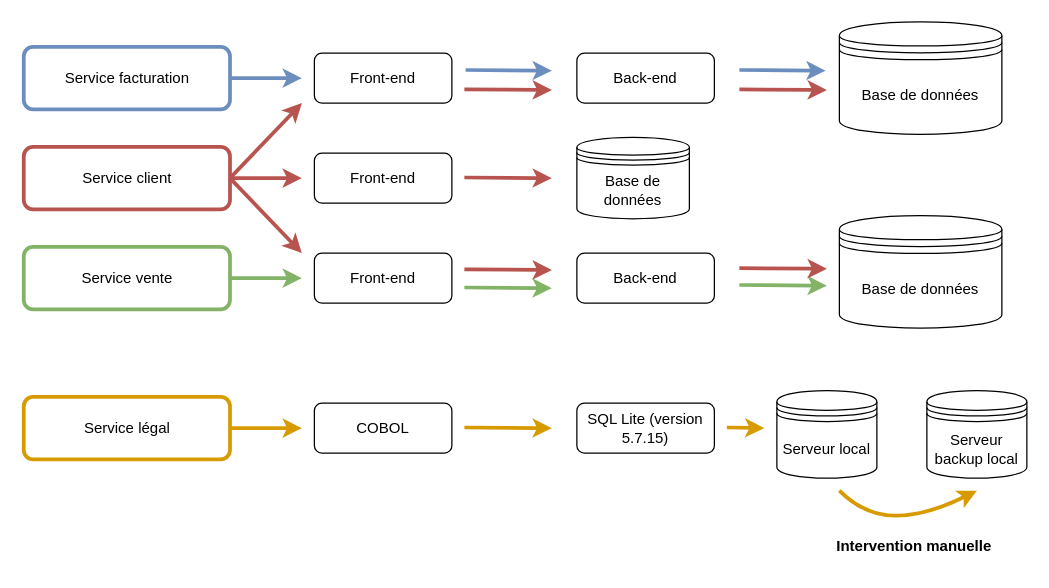
cjour/audit_logistics keeps this draw.io diagram as LAEBaseApplicatif.drawio. Above is the earlier version. Source tidied: cells renumbered, new cells numbered last; positions are measured from the earlier drawing's top-left corner, leaving out a move shared by most shapes. Both pictures are drawn from the tidied source at 125%, with x=0, y=0 at pixel (24, 21).
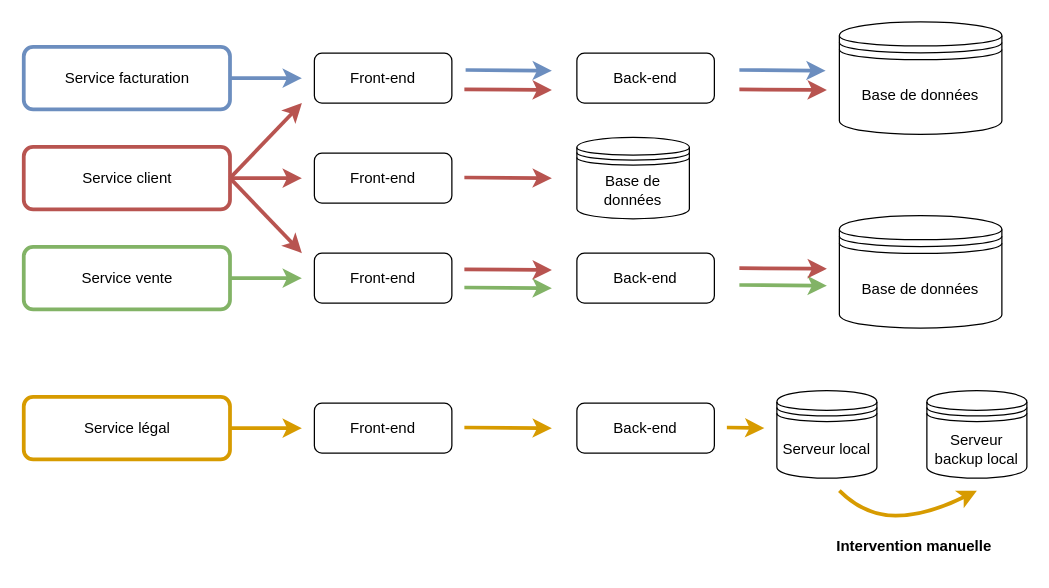
After the change.

Commit message (it also covers changes not shown here):
Mettre à jour LAEBaseApplicatif.drawio

Diff of the diagram source:
```diff
@@
-    <mxCell id="13" value="COBOL" style="rounded=1;whiteSpace=wrap;html=1;" parent="1" vertex="1">
+    <mxCell id="13" value="Front-end" style="rounded=1;whiteSpace=wrap;html=1;" parent="1" vertex="1">
       <mxGeometry x="232" y="305" width="110" height="40" as="geometry" />
     </mxCell>
-    <mxCell id="14" value="SQL Lite (version 5.7.15)" style="rounded=1;whiteSpace=wrap;html=1;" parent="1" vertex="1">
+    <mxCell id="14" value="Back-end" style="rounded=1;whiteSpace=wrap;html=1;" parent="1" vertex="1">
       <mxGeometry x="442" y="305" width="110" height="40" as="geometry" />
     </mxCell>
```
